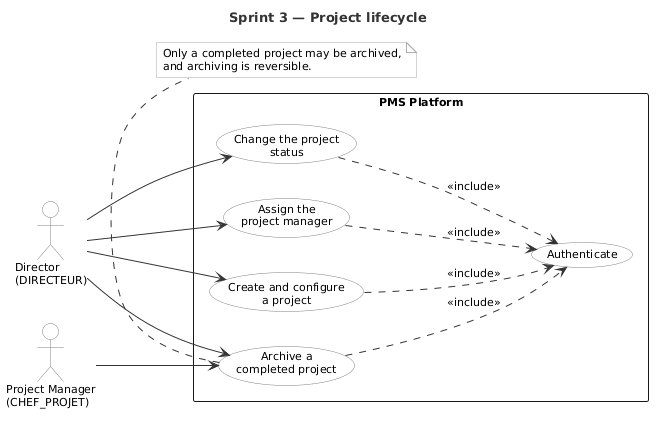
Before: docs/uml/sprint/uc_sprint3.png, a diagram exported from PlantUML (mazenrakrouki/tekup-pms-platform). Its diagram source:
```plantuml
@startuml uc_sprint3
title Sprint 3 — Project lifecycle

left to right direction

skinparam shadowing false
skinparam packageStyle rectangle
skinparam defaultFontName Helvetica
skinparam defaultFontSize 11
skinparam actorBorderColor #808080
skinparam actorBackgroundColor #FFFFFF
skinparam usecaseBorderColor #808080
skinparam usecaseBackgroundColor #FFFFFF
skinparam ArrowColor #333333
skinparam noteBorderColor #AAAAAA
skinparam noteBackgroundColor #FAFAFA
skinparam TitleFontSize 13
skinparam TitleFontColor #333333

actor "Director\n(DIRECTEUR)"          as Dir
actor "Project Manager\n(CHEF_PROJET)" as PM

rectangle "PMS Platform" {
  usecase "Create and configure\na project" as UC1
  usecase "Change the project\nstatus" as UC2
  usecase "Assign the\nproject manager" as UC3
  usecase "Archive a\ncompleted project" as UC4
  usecase "Authenticate" as UC0
}

Dir --> UC1
Dir --> UC2
Dir --> UC3
Dir --> UC4
PM --> UC4
UC1 ..> UC0 : <<include>>
UC2 ..> UC0 : <<include>>
UC3 ..> UC0 : <<include>>
UC4 ..> UC0 : <<include>>

note bottom of UC4
  Only a completed project may be archived,
  and archiving is reversible.
end note

@enduml
```
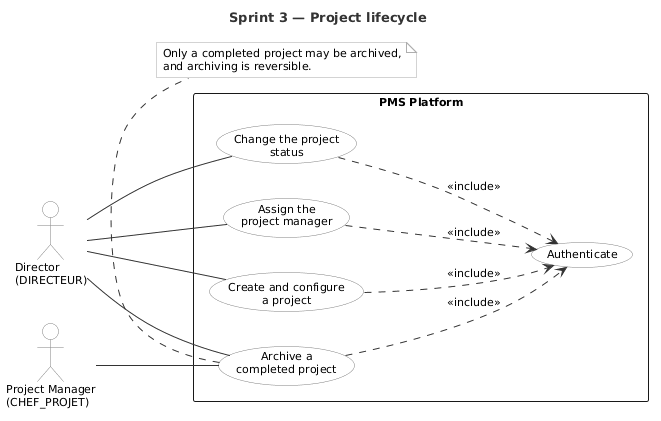
After the change.

The edit, as a diff of the source:
```diff
@@ -28,11 +28,11 @@
   usecase "Authenticate" as UC0
 }
 
-Dir --> UC1
-Dir --> UC2
-Dir --> UC3
-Dir --> UC4
-PM --> UC4
+Dir -- UC1
+Dir -- UC2
+Dir -- UC3
+Dir -- UC4
+PM -- UC4
 UC1 ..> UC0 : <<include>>
 UC2 ..> UC0 : <<include>>
 UC3 ..> UC0 : <<include>>
```
